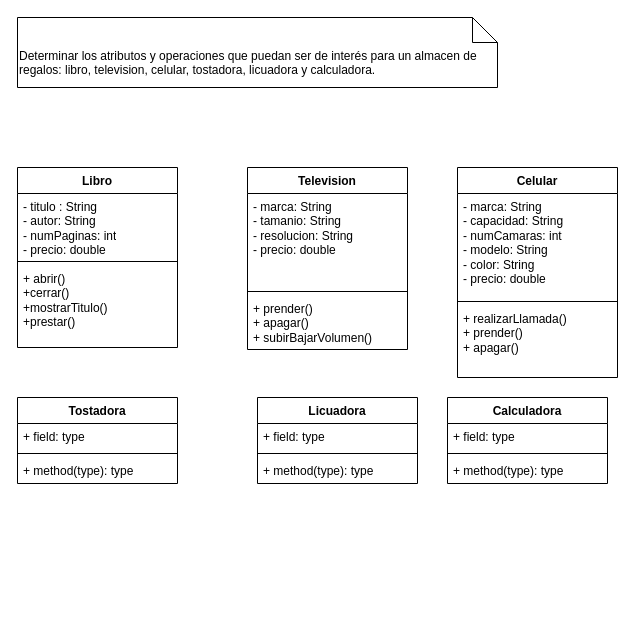
The draw.io diagram DiagraClasesAlmacenRegalos (2).drawio in AED1286-POO-GD-AD24/GHUB.java.AD24.unidadII-practica-LourdesArmenta, before the edit. Source tidied: cells renumbered, new cells numbered last; positions are measured from the earlier drawing's top-left corner, leaving out a move shared by most shapes. Both pictures are drawn from the tidied source at 100%, with x=0, y=0 at pixel (17, 17).
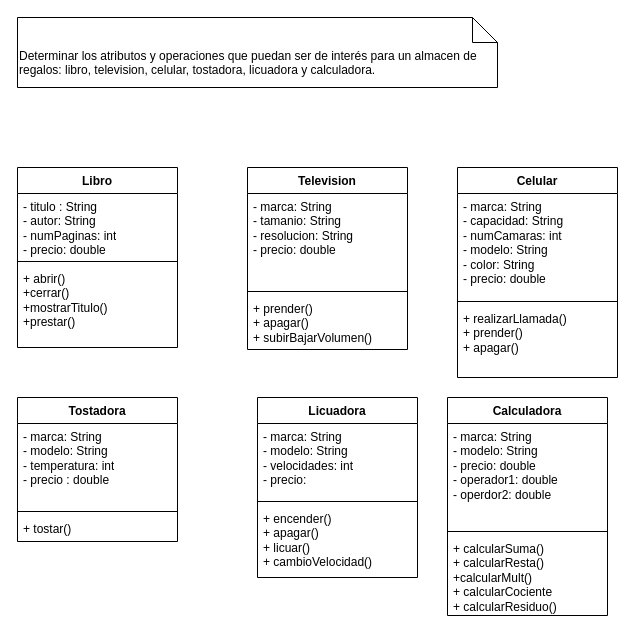
The same page after the edit.

The edit, as a diff of the source:
```diff
@@
     <mxCell id="15" value="Tostadora" style="swimlane;fontStyle=1;align=center;verticalAlign=top;horizontal=1;startSize=26;whiteSpace=wrap;html=1;" parent="1" vertex="1">
-      <mxGeometry y="380" width="160" height="86" as="geometry" />
+      <mxGeometry y="380" width="160" height="144" as="geometry" />
     </mxCell>
-    <mxCell id="16" value="+ field: type" style="text;strokeColor=none;fillColor=none;align=left;verticalAlign=top;spacingLeft=4;spacingRight=4;overflow=hidden;whiteSpace=wrap;html=1;" parent="15" vertex="1">
-      <mxGeometry y="26" width="160" height="26" as="geometry" />
+    <mxCell id="16" value="- marca: String&lt;br&gt;- modelo: String&lt;br&gt;- temperatura: int&lt;br&gt;- precio : double" style="text;strokeColor=none;fillColor=none;align=left;verticalAlign=top;spacingLeft=4;spacingRight=4;overflow=hidden;whiteSpace=wrap;html=1;" parent="15" vertex="1">
+      <mxGeometry y="26" width="160" height="84" as="geometry" />
     </mxCell>
     <mxCell id="17" style="line;strokeWidth=1;fillColor=none;align=left;verticalAlign=middle;spacingTop=-1;spacingLeft=3;spacingRight=3;labelPosition=right;strokeColor=inherit;" parent="15" vertex="1">
-      <mxGeometry y="52" width="160" height="8" as="geometry" />
+      <mxGeometry y="110" width="160" height="8" as="geometry" />
     </mxCell>
-    <mxCell id="18" value="+ method(type): type" style="text;strokeColor=none;fillColor=none;align=left;verticalAlign=top;spacingLeft=4;spacingRight=4;overflow=hidden;whiteSpace=wrap;html=1;" parent="15" vertex="1">
-      <mxGeometry y="60" width="160" height="26" as="geometry" />
+    <mxCell id="18" value="+ tostar()" style="text;strokeColor=none;fillColor=none;align=left;verticalAlign=top;spacingLeft=4;spacingRight=4;overflow=hidden;whiteSpace=wrap;html=1;" parent="15" vertex="1">
+      <mxGeometry y="118" width="160" height="26" as="geometry" />
     </mxCell>
     <mxCell id="19" value="Licuadora" style="swimlane;fontStyle=1;align=center;verticalAlign=top;horizontal=1;startSize=26;whiteSpace=wrap;html=1;" parent="1" vertex="1">
-      <mxGeometry x="240" y="380" width="160" height="86" as="geometry" />
+      <mxGeometry x="240" y="380" width="160" height="180" as="geometry" />
     </mxCell>
-    <mxCell id="20" value="+ field: type" style="text;strokeColor=none;fillColor=none;align=left;verticalAlign=top;spacingLeft=4;spacingRight=4;overflow=hidden;whiteSpace=wrap;html=1;" parent="19" vertex="1">
-      <mxGeometry y="26" width="160" height="26" as="geometry" />
+    <mxCell id="20" value="- marca: String&lt;br&gt;- modelo: String&lt;br&gt;- velocidades: int&lt;br&gt;- precio:" style="text;strokeColor=none;fillColor=none;align=left;verticalAlign=top;spacingLeft=4;spacingRight=4;overflow=hidden;whiteSpace=wrap;html=1;" parent="19" vertex="1">
+      <mxGeometry y="26" width="160" height="74" as="geometry" />
     </mxCell>
     <mxCell id="21" style="line;strokeWidth=1;fillColor=none;align=left;verticalAlign=middle;spacingTop=-1;spacingLeft=3;spacingRight=3;labelPosition=right;strokeColor=inherit;" parent="19" vertex="1">
-      <mxGeometry y="52" width="160" height="8" as="geometry" />
+      <mxGeometry y="100" width="160" height="8" as="geometry" />
     </mxCell>
-    <mxCell id="22" value="+ method(type): type" style="text;strokeColor=none;fillColor=none;align=left;verticalAlign=top;spacingLeft=4;spacingRight=4;overflow=hidden;whiteSpace=wrap;html=1;" parent="19" vertex="1">
-      <mxGeometry y="60" width="160" height="26" as="geometry" />
+    <mxCell id="22" value="+ encender()&lt;br&gt;+ apagar()&lt;br&gt;+ licuar()&lt;br&gt;+ cambioVelocidad()" style="text;strokeColor=none;fillColor=none;align=left;verticalAlign=top;spacingLeft=4;spacingRight=4;overflow=hidden;whiteSpace=wrap;html=1;" parent="19" vertex="1">
+      <mxGeometry y="108" width="160" height="72" as="geometry" />
     </mxCell>
     <mxCell id="23" value="Calculadora" style="swimlane;fontStyle=1;align=center;verticalAlign=top;horizontal=1;startSize=26;whiteSpace=wrap;html=1;" parent="1" vertex="1">
-      <mxGeometry x="430" y="380" width="160" height="86" as="geometry" />
+      <mxGeometry x="430" y="380" width="160" height="218" as="geometry" />
     </mxCell>
-    <mxCell id="24" value="+ field: type" style="text;strokeColor=none;fillColor=none;align=left;verticalAlign=top;spacingLeft=4;spacingRight=4;overflow=hidden;whiteSpace=wrap;html=1;" parent="23" vertex="1">
-      <mxGeometry y="26" width="160" height="26" as="geometry" />
+    <mxCell id="24" value="- marca: String&lt;br&gt;- modelo: String&lt;br&gt;- precio: double&lt;br&gt;- operador1: double&lt;br&gt;- operdor2: double" style="text;strokeColor=none;fillColor=none;align=left;verticalAlign=top;spacingLeft=4;spacingRight=4;overflow=hidden;whiteSpace=wrap;html=1;" parent="23" vertex="1">
+      <mxGeometry y="26" width="160" height="104" as="geometry" />
     </mxCell>
     <mxCell id="25" style="line;strokeWidth=1;fillColor=none;align=left;verticalAlign=middle;spacingTop=-1;spacingLeft=3;spacingRight=3;labelPosition=right;strokeColor=inherit;" parent="23" vertex="1">
-      <mxGeometry y="52" width="160" height="8" as="geometry" />
+      <mxGeometry y="130" width="160" height="8" as="geometry" />
     </mxCell>
-    <mxCell id="26" value="+ method(type): type" style="text;strokeColor=none;fillColor=none;align=left;verticalAlign=top;spacingLeft=4;spacingRight=4;overflow=hidden;whiteSpace=wrap;html=1;" parent="23" vertex="1">
-      <mxGeometry y="60" width="160" height="26" as="geometry" />
+    <mxCell id="26" value="+ calcularSuma()&lt;br&gt;+ calcularResta()&lt;br&gt;+calcularMult()&lt;br&gt;+ calcularCociente&lt;br&gt;+ calcularResiduo()" style="text;strokeColor=none;fillColor=none;align=left;verticalAlign=top;spacingLeft=4;spacingRight=4;overflow=hidden;whiteSpace=wrap;html=1;" parent="23" vertex="1">
+      <mxGeometry y="138" width="160" height="80" as="geometry" />
     </mxCell>
```
